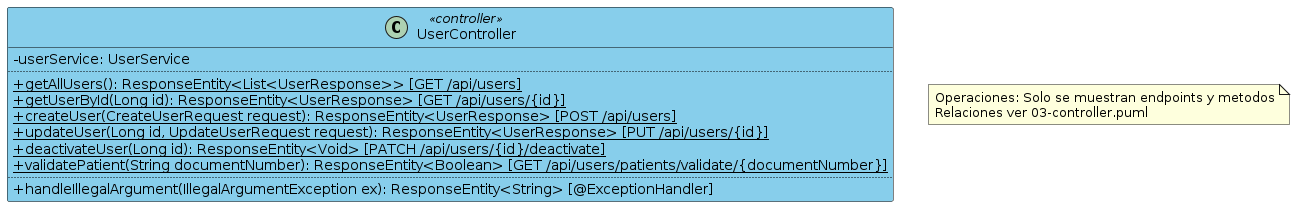
The PlantUML diagram services/users-service/docs/modeling/uml/diagrams/ControllerOperations.png in LeyderCeronM/Proyecto_piedra_azul, before a commit. Source of this version:
```plantuml
@startuml ControllerOperations

skinparam classAttributeIconSize 0
skinparam defaultFontName SansSerif

class UserController <<controller>> #87CEEB;line:Black {
  -userService: UserService
  ..
  {method} +{static} getAllUsers(): ResponseEntity<List<UserResponse>> [GET /api/users]
  {method} +{static} getUserById(Long id): ResponseEntity<UserResponse> [GET /api/users/{id}]
  {method} +{static} createUser(CreateUserRequest request): ResponseEntity<UserResponse> [POST /api/users]
  {method} +{static} updateUser(Long id, UpdateUserRequest request): ResponseEntity<UserResponse> [PUT /api/users/{id}]
  {method} +{static} deactivateUser(Long id): ResponseEntity<Void> [PATCH /api/users/{id}/deactivate]
  {method} +{static} validatePatient(String documentNumber): ResponseEntity<Boolean> [GET /api/users/patients/validate/{documentNumber}]
  ..
  {method} +handleIllegalArgument(IllegalArgumentException ex): ResponseEntity<String> [@ExceptionHandler]
}

note "Operaciones: Solo se muestran endpoints y metodos\nRelaciones ver 03-controller.puml" as N1

@enduml
```
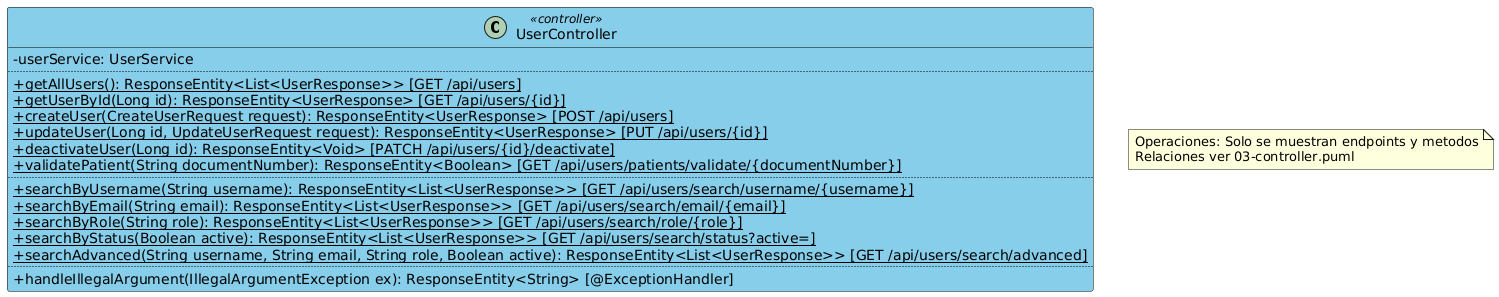
The same file after the commit.

Change to the diagram source:
```diff
@@ -13,6 +13,12 @@
   {method} +{static} deactivateUser(Long id): ResponseEntity<Void> [PATCH /api/users/{id}/deactivate]
   {method} +{static} validatePatient(String documentNumber): ResponseEntity<Boolean> [GET /api/users/patients/validate/{documentNumber}]
   ..
+  {method} +{static} searchByUsername(String username): ResponseEntity<List<UserResponse>> [GET /api/users/search/username/{username}]
+  {method} +{static} searchByEmail(String email): ResponseEntity<List<UserResponse>> [GET /api/users/search/email/{email}]
+  {method} +{static} searchByRole(String role): ResponseEntity<List<UserResponse>> [GET /api/users/search/role/{role}]
+  {method} +{static} searchByStatus(Boolean active): ResponseEntity<List<UserResponse>> [GET /api/users/search/status?active=]
+  {method} +{static} searchAdvanced(String username, String email, String role, Boolean active): ResponseEntity<List<UserResponse>> [GET /api/users/search/advanced]
+  ..
   {method} +handleIllegalArgument(IllegalArgumentException ex): ResponseEntity<String> [@ExceptionHandler]
 }
 
```
